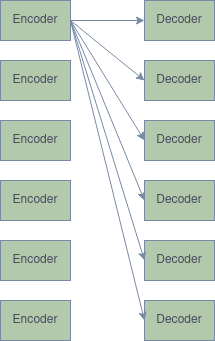
This is images/transformer.png from TheWasteWood/transformer, a draw.io export, as it was before one commit. Source tidied: cells renumbered, new cells last; positions are measured from the earlier drawing's top-left corner, leaving out a move shared by most shapes.
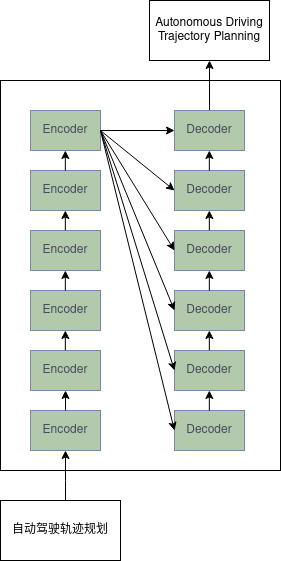
After the change.

The edit, as a diff of the source:
```diff
@@ -2,6 +2,9 @@
   <root>
     <mxCell id="0" />
     <mxCell id="1" parent="0" />
+    <mxCell id="20" style="rounded=0;whiteSpace=wrap;html=1;" parent="1" vertex="1">
+      <mxGeometry x="-30" y="-30" width="280" height="390" as="geometry" />
+    </mxCell>
     <mxCell id="2" value="Encoder" style="rounded=0;whiteSpace=wrap;html=1;labelBackgroundColor=none;fillColor=#B2C9AB;strokeColor=#788AA3;fontColor=#46495D;" parent="1" vertex="1">
       <mxGeometry width="70" height="40" as="geometry" />
     </mxCell>
@@ -20,6 +23,9 @@
     <mxCell id="7" value="Encoder" style="rounded=0;whiteSpace=wrap;html=1;labelBackgroundColor=none;fillColor=#B2C9AB;strokeColor=#788AA3;fontColor=#46495D;" parent="1" vertex="1">
       <mxGeometry y="300" width="70" height="40" as="geometry" />
     </mxCell>
+    <mxCell id="21" style="edgeStyle=orthogonalEdgeStyle;rounded=0;jettySize=auto;html=1;exitX=0.5;exitY=0;exitDx=0;exitDy=0;entryX=0.5;entryY=1;entryDx=0;entryDy=0;" parent="1" edge="1" source="8" target="24">
+      <mxGeometry relative="1" as="geometry" />
+    </mxCell>
     <mxCell id="8" value="Decoder" style="rounded=0;whiteSpace=wrap;html=1;labelBackgroundColor=none;fillColor=#B2C9AB;strokeColor=#788AA3;fontColor=#46495D;" parent="1" vertex="1">
       <mxGeometry x="144" width="70" height="40" as="geometry" />
     </mxCell>
@@ -38,27 +44,98 @@
     <mxCell id="13" value="Decoder" style="rounded=0;whiteSpace=wrap;html=1;labelBackgroundColor=none;fillColor=#B2C9AB;strokeColor=#788AA3;fontColor=#46495D;" parent="1" vertex="1">
       <mxGeometry x="144" y="300" width="70" height="40" as="geometry" />
     </mxCell>
-    <mxCell id="14" style="endArrow=classic;html=1;rounded=0;exitX=1;exitY=0.5;exitDx=0;exitDy=0;entryX=0;entryY=0.5;entryDx=0;entryDy=0;labelBackgroundColor=none;strokeColor=#788AA3;fontColor=default;" parent="1" edge="1" source="2" target="8">
+    <mxCell id="14" style="endArrow=classic;html=1;rounded=0;exitX=1;exitY=0.5;exitDx=0;exitDy=0;entryX=0;entryY=0.5;entryDx=0;entryDy=0;labelBackgroundColor=none;strokeColor=light-dark(#000000, #6a7a8f);fontColor=default;" parent="1" edge="1" source="2" target="8">
       <mxGeometry relative="1" as="geometry" />
     </mxCell>
-    <mxCell id="15" style="endArrow=classic;html=1;rounded=0;exitX=1;exitY=0.5;exitDx=0;exitDy=0;entryX=0;entryY=0.5;entryDx=0;entryDy=0;labelBackgroundColor=none;strokeColor=#788AA3;fontColor=default;" parent="1" edge="1" source="2" target="9">
+    <mxCell id="15" style="endArrow=classic;html=1;rounded=0;exitX=1;exitY=0.5;exitDx=0;exitDy=0;entryX=0;entryY=0.5;entryDx=0;entryDy=0;labelBackgroundColor=none;strokeColor=light-dark(#000000, #6a7a8f);fontColor=default;" parent="1" edge="1" source="2" target="9">
       <mxGeometry relative="1" as="geometry" />
     </mxCell>
-    <mxCell id="16" style="endArrow=classic;html=1;rounded=0;entryX=0;entryY=0.5;entryDx=0;entryDy=0;labelBackgroundColor=none;strokeColor=#788AA3;fontColor=default;" parent="1" edge="1" target="10">
+    <mxCell id="16" style="endArrow=classic;html=1;rounded=0;entryX=0;entryY=0.5;entryDx=0;entryDy=0;labelBackgroundColor=none;strokeColor=light-dark(#000000, #6a7a8f);fontColor=default;" parent="1" edge="1" target="10">
       <mxGeometry relative="1" as="geometry">
         <mxPoint x="70" y="20" as="sourcePoint" />
       </mxGeometry>
     </mxCell>
-    <mxCell id="17" style="endArrow=classic;html=1;rounded=0;exitX=1;exitY=0.5;exitDx=0;exitDy=0;entryX=0;entryY=0.5;entryDx=0;entryDy=0;labelBackgroundColor=none;strokeColor=#788AA3;fontColor=default;" parent="1" edge="1" source="2" target="11">
+    <mxCell id="17" style="endArrow=classic;html=1;rounded=0;exitX=1;exitY=0.5;exitDx=0;exitDy=0;entryX=0;entryY=0.5;entryDx=0;entryDy=0;labelBackgroundColor=none;strokeColor=light-dark(#000000, #6a7a8f);fontColor=default;" parent="1" edge="1" source="2" target="11">
       <mxGeometry relative="1" as="geometry" />
     </mxCell>
-    <mxCell id="18" style="endArrow=classic;html=1;rounded=0;entryX=0;entryY=0.5;entryDx=0;entryDy=0;labelBackgroundColor=none;strokeColor=#788AA3;fontColor=default;" parent="1" edge="1" target="12">
+    <mxCell id="18" style="endArrow=classic;html=1;rounded=0;entryX=0;entryY=0.5;entryDx=0;entryDy=0;labelBackgroundColor=none;strokeColor=light-dark(#000000, #6a7a8f);fontColor=default;" parent="1" edge="1" target="12">
       <mxGeometry relative="1" as="geometry">
         <mxPoint x="70" y="20" as="sourcePoint" />
       </mxGeometry>
     </mxCell>
-    <mxCell id="19" style="endArrow=classic;html=1;rounded=0;exitX=1;exitY=0.5;exitDx=0;exitDy=0;entryX=0;entryY=0.5;entryDx=0;entryDy=0;labelBackgroundColor=none;strokeColor=#788AA3;fontColor=default;" parent="1" edge="1" source="2" target="13">
+    <mxCell id="19" style="endArrow=classic;html=1;rounded=0;exitX=1;exitY=0.5;exitDx=0;exitDy=0;entryX=0;entryY=0.5;entryDx=0;entryDy=0;labelBackgroundColor=none;strokeColor=light-dark(#000000, #6a7a8f);fontColor=default;" parent="1" edge="1" source="2" target="13">
       <mxGeometry relative="1" as="geometry" />
     </mxCell>
+    <mxCell id="22" style="endArrow=classic;html=1;rounded=0;entryX=0.5;entryY=1;entryDx=0;entryDy=0;" parent="1" edge="1" target="7">
+      <mxGeometry relative="1" as="geometry">
+        <mxPoint x="35" y="390" as="sourcePoint" />
+        <Array as="points">
+          <mxPoint x="35" y="370" />
+        </Array>
+      </mxGeometry>
+    </mxCell>
+    <mxCell id="23" value="自动驾驶轨迹规划" style="rounded=0;whiteSpace=wrap;html=1;" parent="1" vertex="1">
+      <mxGeometry x="-30" y="390" width="120" height="60" as="geometry" />
+    </mxCell>
+    <mxCell id="24" value="Autonomous Driving Trajectory Planning" style="rounded=0;whiteSpace=wrap;html=1;" parent="1" vertex="1">
+      <mxGeometry x="119" y="-110" width="120" height="60" as="geometry" />
+    </mxCell>
+    <mxCell id="25" style="endArrow=classic;html=1;rounded=0;exitX=0.5;exitY=0;exitDx=0;exitDy=0;entryX=0.5;entryY=1;entryDx=0;entryDy=0;" parent="1" edge="1" source="7" target="6">
+      <mxGeometry relative="1" as="geometry" />
+    </mxCell>
+    <mxCell id="26" style="endArrow=classic;html=1;rounded=0;exitX=0.5;exitY=0;exitDx=0;exitDy=0;entryX=0.5;entryY=1;entryDx=0;entryDy=0;" parent="1" edge="1">
+      <mxGeometry relative="1" as="geometry">
+        <mxPoint x="34.8" y="240" as="sourcePoint" />
+        <mxPoint x="34.8" y="220" as="targetPoint" />
+      </mxGeometry>
+    </mxCell>
+    <mxCell id="27" style="endArrow=classic;html=1;rounded=0;exitX=0.5;exitY=0;exitDx=0;exitDy=0;entryX=0.5;entryY=1;entryDx=0;entryDy=0;" parent="1" edge="1">
+      <mxGeometry relative="1" as="geometry">
+        <mxPoint x="34.8" y="180" as="sourcePoint" />
+        <mxPoint x="34.8" y="160" as="targetPoint" />
+      </mxGeometry>
+    </mxCell>
+    <mxCell id="28" style="endArrow=classic;html=1;rounded=0;exitX=0.5;exitY=0;exitDx=0;exitDy=0;entryX=0.5;entryY=1;entryDx=0;entryDy=0;" parent="1" edge="1">
+      <mxGeometry relative="1" as="geometry">
+        <mxPoint x="34.8" y="120" as="sourcePoint" />
+        <mxPoint x="34.8" y="100" as="targetPoint" />
+      </mxGeometry>
+    </mxCell>
+    <mxCell id="29" style="endArrow=classic;html=1;rounded=0;exitX=0.5;exitY=0;exitDx=0;exitDy=0;entryX=0.5;entryY=1;entryDx=0;entryDy=0;" parent="1" edge="1">
+      <mxGeometry relative="1" as="geometry">
+        <mxPoint x="34.8" y="60" as="sourcePoint" />
+        <mxPoint x="34.8" y="40" as="targetPoint" />
+      </mxGeometry>
+    </mxCell>
+    <mxCell id="30" style="endArrow=classic;html=1;rounded=0;exitX=0.5;exitY=0;exitDx=0;exitDy=0;entryX=0.5;entryY=1;entryDx=0;entryDy=0;" parent="1" edge="1">
+      <mxGeometry relative="1" as="geometry">
+        <mxPoint x="178.8" y="300" as="sourcePoint" />
+        <mxPoint x="178.8" y="280" as="targetPoint" />
+      </mxGeometry>
+    </mxCell>
+    <mxCell id="31" style="endArrow=classic;html=1;rounded=0;exitX=0.5;exitY=0;exitDx=0;exitDy=0;entryX=0.5;entryY=1;entryDx=0;entryDy=0;" parent="1" edge="1">
+      <mxGeometry relative="1" as="geometry">
+        <mxPoint x="178.8" y="240" as="sourcePoint" />
+        <mxPoint x="178.8" y="220" as="targetPoint" />
+      </mxGeometry>
+    </mxCell>
+    <mxCell id="32" style="endArrow=classic;html=1;rounded=0;exitX=0.5;exitY=0;exitDx=0;exitDy=0;entryX=0.5;entryY=1;entryDx=0;entryDy=0;" parent="1" edge="1">
+      <mxGeometry relative="1" as="geometry">
+        <mxPoint x="178.8" y="180" as="sourcePoint" />
+        <mxPoint x="178.8" y="160" as="targetPoint" />
+      </mxGeometry>
+    </mxCell>
+    <mxCell id="33" style="endArrow=classic;html=1;rounded=0;exitX=0.5;exitY=0;exitDx=0;exitDy=0;entryX=0.5;entryY=1;entryDx=0;entryDy=0;" parent="1" edge="1">
+      <mxGeometry relative="1" as="geometry">
+        <mxPoint x="178.8" y="120" as="sourcePoint" />
+        <mxPoint x="178.8" y="100" as="targetPoint" />
+      </mxGeometry>
+    </mxCell>
+    <mxCell id="34" style="endArrow=classic;html=1;rounded=0;exitX=0.5;exitY=0;exitDx=0;exitDy=0;entryX=0.5;entryY=1;entryDx=0;entryDy=0;" parent="1" edge="1">
+      <mxGeometry relative="1" as="geometry">
+        <mxPoint x="178.8" y="60" as="sourcePoint" />
+        <mxPoint x="178.8" y="40" as="targetPoint" />
+      </mxGeometry>
+    </mxCell>
   </root>
 </mxGraphModel>
```
